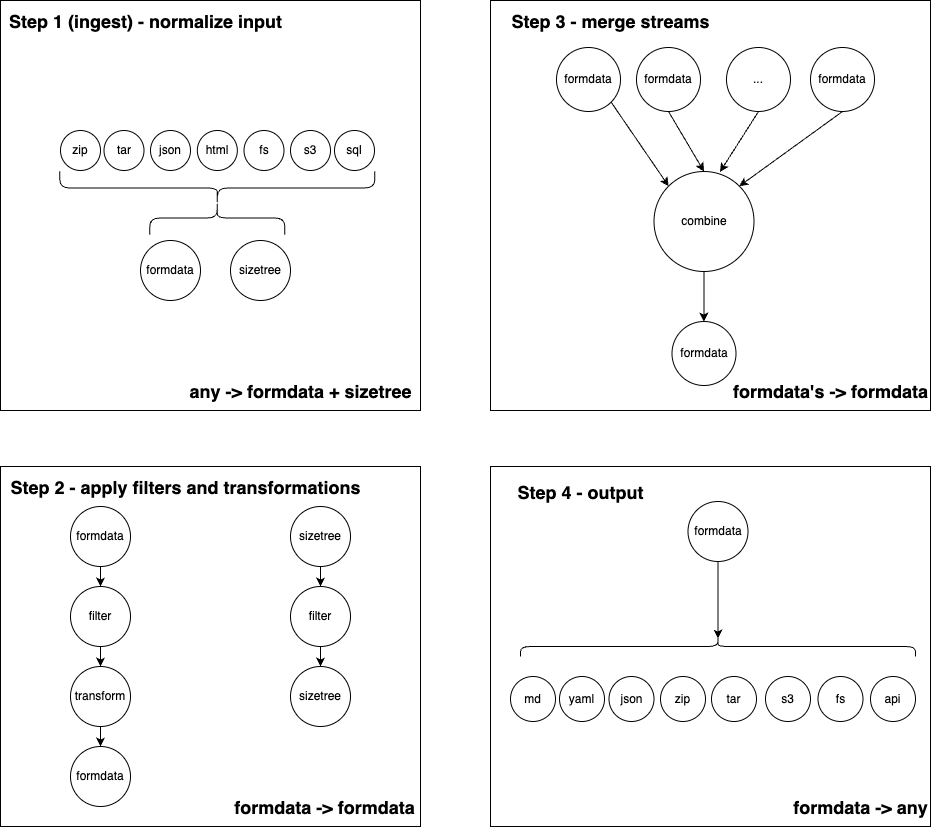
Above: process-formdata.drawio.png in janwilmake/uit (draw.io), before the change. Source tidied: cells renumbered, new cells last; positions are measured from the earlier drawing's top-left corner, leaving out a move shared by most shapes.
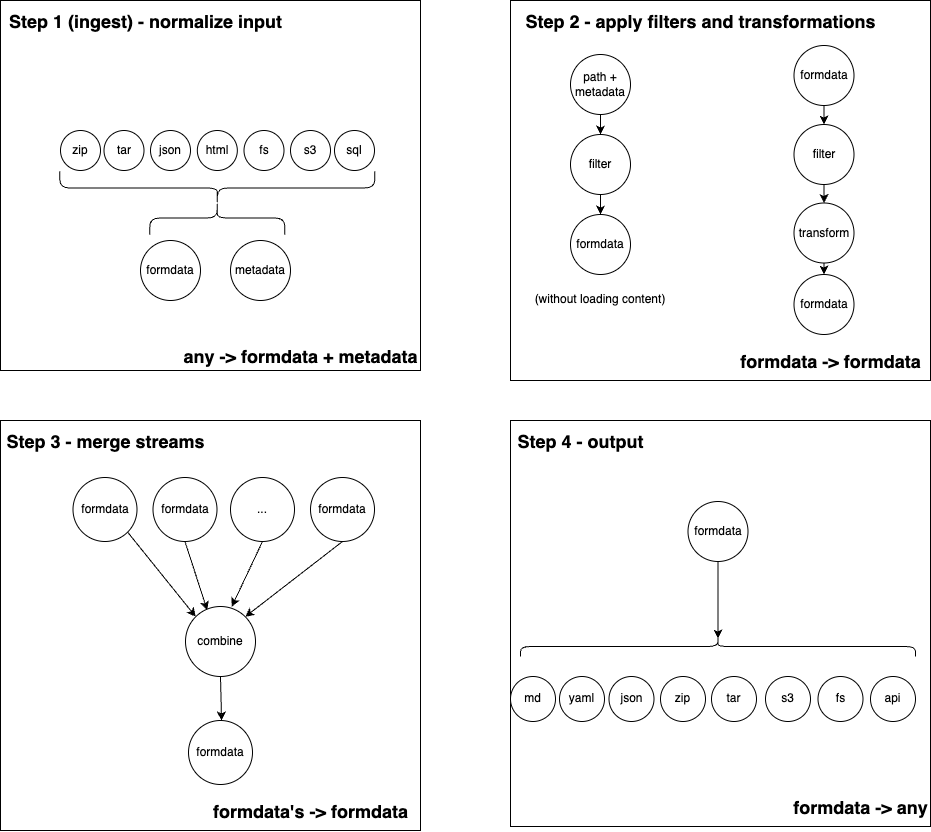
After the commit.

Diff of the diagram source:
```diff
@@ -3,16 +3,16 @@
     <mxCell id="0" />
     <mxCell id="1" parent="0" />
     <mxCell id="2" style="rounded=0;whiteSpace=wrap;html=1;" parent="1" vertex="1">
-      <mxGeometry x="490" width="440" height="410" as="geometry" />
+      <mxGeometry y="420" width="420" height="410" as="geometry" />
     </mxCell>
     <mxCell id="3" style="rounded=0;whiteSpace=wrap;html=1;" parent="1" vertex="1">
-      <mxGeometry x="490" y="466" width="440" height="360" as="geometry" />
+      <mxGeometry x="510" y="420" width="420" height="406" as="geometry" />
     </mxCell>
     <mxCell id="4" style="rounded=0;whiteSpace=wrap;html=1;" parent="1" vertex="1">
-      <mxGeometry y="466" width="420" height="360" as="geometry" />
+      <mxGeometry x="510" width="420" height="380" as="geometry" />
     </mxCell>
     <mxCell id="5" style="rounded=0;whiteSpace=wrap;html=1;" parent="1" vertex="1">
-      <mxGeometry width="420" height="410" as="geometry" />
+      <mxGeometry width="420" height="370" as="geometry" />
     </mxCell>
     <mxCell id="6" value="s3" style="ellipse;whiteSpace=wrap;html=1;" parent="1" vertex="1">
       <mxGeometry x="290" y="130" width="40" height="40" as="geometry" />
@@ -32,7 +32,7 @@
     <mxCell id="11" value="formdata" style="ellipse;whiteSpace=wrap;html=1;" parent="1" vertex="1">
       <mxGeometry x="140" y="240" width="60" height="60" as="geometry" />
     </mxCell>
-    <mxCell id="12" value="sizetree" style="ellipse;whiteSpace=wrap;html=1;" parent="1" vertex="1">
+    <mxCell id="12" value="metadata" style="ellipse;whiteSpace=wrap;html=1;" parent="1" vertex="1">
       <mxGeometry x="230" y="240" width="60" height="60" as="geometry" />
     </mxCell>
     <mxCell id="13" style="shape=curlyBracket;whiteSpace=wrap;html=1;rounded=1;flipH=1;labelPosition=right;verticalLabelPosition=middle;align=left;verticalAlign=middle;rotation=90;" parent="1" vertex="1">
@@ -48,89 +48,86 @@
       <mxGeometry relative="1" as="geometry" />
     </mxCell>
     <mxCell id="17" value="formdata" style="ellipse;whiteSpace=wrap;html=1;" parent="1" vertex="1">
-      <mxGeometry x="70" y="506" width="60" height="60" as="geometry" />
+      <mxGeometry x="793.5" y="45" width="60" height="60" as="geometry" />
     </mxCell>
     <mxCell id="18" style="edgeStyle=none;html=1;exitX=0.5;exitY=1;exitDx=0;exitDy=0;entryX=0.5;entryY=0;entryDx=0;entryDy=0;" parent="1" edge="1" source="19" target="21">
       <mxGeometry relative="1" as="geometry" />
     </mxCell>
     <mxCell id="19" value="filter" style="ellipse;whiteSpace=wrap;html=1;" parent="1" vertex="1">
-      <mxGeometry x="70" y="586" width="60" height="60" as="geometry" />
+      <mxGeometry x="793.5" y="124" width="60" height="60" as="geometry" />
     </mxCell>
     <mxCell id="20" style="edgeStyle=none;html=1;exitX=0.5;exitY=1;exitDx=0;exitDy=0;entryX=0.5;entryY=0;entryDx=0;entryDy=0;" parent="1" edge="1" source="21" target="22">
       <mxGeometry relative="1" as="geometry" />
     </mxCell>
     <mxCell id="21" value="transform" style="ellipse;whiteSpace=wrap;html=1;" parent="1" vertex="1">
-      <mxGeometry x="70" y="666" width="60" height="60" as="geometry" />
+      <mxGeometry x="793.5" y="202.5" width="60" height="60" as="geometry" />
     </mxCell>
     <mxCell id="22" value="formdata" style="ellipse;whiteSpace=wrap;html=1;" parent="1" vertex="1">
-      <mxGeometry x="70" y="746" width="60" height="60" as="geometry" />
+      <mxGeometry x="793.5" y="274" width="60" height="60" as="geometry" />
     </mxCell>
     <mxCell id="23" style="edgeStyle=none;html=1;exitX=0.5;exitY=1;exitDx=0;exitDy=0;entryX=0.5;entryY=0;entryDx=0;entryDy=0;" parent="1" edge="1" source="24" target="26">
       <mxGeometry relative="1" as="geometry" />
     </mxCell>
-    <mxCell id="24" value="sizetree" style="ellipse;whiteSpace=wrap;html=1;" parent="1" vertex="1">
-      <mxGeometry x="290" y="506" width="60" height="60" as="geometry" />
+    <mxCell id="24" value="path + metadata" style="ellipse;whiteSpace=wrap;html=1;" parent="1" vertex="1">
+      <mxGeometry x="570" y="54" width="60" height="60" as="geometry" />
     </mxCell>
     <mxCell id="25" style="edgeStyle=none;html=1;exitX=0.5;exitY=1;exitDx=0;exitDy=0;entryX=0.5;entryY=0;entryDx=0;entryDy=0;" parent="1" edge="1" source="26">
       <mxGeometry relative="1" as="geometry">
-        <mxPoint x="320" y="666" as="targetPoint" />
+        <mxPoint x="600" y="214" as="targetPoint" />
       </mxGeometry>
     </mxCell>
     <mxCell id="26" value="filter" style="ellipse;whiteSpace=wrap;html=1;" parent="1" vertex="1">
-      <mxGeometry x="290" y="586" width="60" height="60" as="geometry" />
+      <mxGeometry x="570" y="134" width="60" height="60" as="geometry" />
     </mxCell>
-    <mxCell id="27" value="sizetree" style="ellipse;whiteSpace=wrap;html=1;" parent="1" vertex="1">
-      <mxGeometry x="290" y="666" width="60" height="60" as="geometry" />
+    <mxCell id="27" value="formdata" style="ellipse;whiteSpace=wrap;html=1;" parent="1" vertex="1">
+      <mxGeometry x="570" y="214" width="60" height="60" as="geometry" />
     </mxCell>
     <mxCell id="28" value="&lt;font style=&quot;font-size: 18px;&quot;&gt;Step 2 - apply filters and transformations&lt;/font&gt;" style="text;strokeColor=none;fillColor=none;html=1;fontSize=24;fontStyle=1;verticalAlign=middle;align=center;" parent="1" vertex="1">
-      <mxGeometry x="50" y="466" width="270" height="40" as="geometry" />
+      <mxGeometry x="510" width="380" height="40" as="geometry" />
     </mxCell>
-    <mxCell id="29" value="&lt;font style=&quot;font-size: 18px;&quot;&gt;any -&amp;gt; formdata + sizetree&lt;/font&gt;" style="text;strokeColor=none;fillColor=none;html=1;fontSize=24;fontStyle=1;verticalAlign=middle;align=center;" parent="1" vertex="1">
-      <mxGeometry x="250" y="380" width="100" height="20" as="geometry" />
+    <mxCell id="29" value="&lt;font style=&quot;font-size: 18px;&quot;&gt;any -&amp;gt; formdata + metadata&lt;/font&gt;" style="text;strokeColor=none;fillColor=none;html=1;fontSize=24;fontStyle=1;verticalAlign=middle;align=center;" parent="1" vertex="1">
+      <mxGeometry x="250" y="330" width="100" height="50" as="geometry" />
     </mxCell>
     <mxCell id="30" value="&lt;font style=&quot;font-size: 18px;&quot;&gt;formdata -&amp;gt; formdata&lt;/font&gt;" style="text;strokeColor=none;fillColor=none;html=1;fontSize=24;fontStyle=1;verticalAlign=middle;align=center;" parent="1" vertex="1">
-      <mxGeometry x="274" y="786" width="100" height="40" as="geometry" />
+      <mxGeometry x="780" y="340" width="100" height="40" as="geometry" />
     </mxCell>
     <mxCell id="31" style="edgeStyle=none;html=1;exitX=1;exitY=1;exitDx=0;exitDy=0;entryX=0;entryY=0;entryDx=0;entryDy=0;" parent="1" edge="1" source="32" target="39">
       <mxGeometry relative="1" as="geometry" />
     </mxCell>
     <mxCell id="32" value="formdata" style="ellipse;whiteSpace=wrap;html=1;" parent="1" vertex="1">
-      <mxGeometry x="556" y="47" width="64" height="64" as="geometry" />
+      <mxGeometry x="72.5" y="477" width="64" height="64" as="geometry" />
     </mxCell>
-    <mxCell id="33" style="edgeStyle=none;html=1;exitX=0.5;exitY=1;exitDx=0;exitDy=0;entryX=0.5;entryY=0;entryDx=0;entryDy=0;" parent="1" edge="1" source="34" target="39">
+    <mxCell id="33" style="edgeStyle=none;html=1;exitX=0.5;exitY=1;exitDx=0;exitDy=0;entryX=0.31;entryY=0.053;entryDx=0;entryDy=0;entryPerimeter=0;" parent="1" edge="1" source="34" target="39">
       <mxGeometry relative="1" as="geometry" />
     </mxCell>
     <mxCell id="34" value="formdata" style="ellipse;whiteSpace=wrap;html=1;" parent="1" vertex="1">
-      <mxGeometry x="636" y="47" width="64" height="64" as="geometry" />
+      <mxGeometry x="152.5" y="477" width="64" height="64" as="geometry" />
     </mxCell>
     <mxCell id="35" value="..." style="ellipse;whiteSpace=wrap;html=1;" parent="1" vertex="1">
-      <mxGeometry x="726" y="47" width="64" height="64" as="geometry" />
+      <mxGeometry x="230" y="477" width="64" height="64" as="geometry" />
     </mxCell>
     <mxCell id="36" style="edgeStyle=none;html=1;exitX=0.5;exitY=1;exitDx=0;exitDy=0;entryX=1;entryY=0;entryDx=0;entryDy=0;" parent="1" edge="1" source="37" target="39">
       <mxGeometry relative="1" as="geometry" />
     </mxCell>
     <mxCell id="37" value="formdata" style="ellipse;whiteSpace=wrap;html=1;" parent="1" vertex="1">
-      <mxGeometry x="810" y="47" width="64" height="64" as="geometry" />
+      <mxGeometry x="310" y="477" width="64" height="64" as="geometry" />
     </mxCell>
-    <mxCell id="38" style="edgeStyle=none;html=1;exitX=0.5;exitY=1;exitDx=0;exitDy=0;" parent="1" edge="1" source="39">
+    <mxCell id="38" style="edgeStyle=none;html=1;exitX=0.5;exitY=1;exitDx=0;exitDy=0;" parent="1" edge="1" source="41">
       <mxGeometry relative="1" as="geometry">
-        <mxPoint x="703.4" y="321" as="targetPoint" />
+        <mxPoint x="219.9" y="751" as="targetPoint" />
       </mxGeometry>
     </mxCell>
     <mxCell id="39" value="combine" style="ellipse;whiteSpace=wrap;html=1;" parent="1" vertex="1">
-      <mxGeometry x="653.5" y="171" width="100" height="100" as="geometry" />
+      <mxGeometry x="185" y="606" width="70" height="70" as="geometry" />
     </mxCell>
     <mxCell id="40" style="edgeStyle=none;html=1;exitX=0.5;exitY=1;exitDx=0;exitDy=0;entryX=0.66;entryY=0.004;entryDx=0;entryDy=0;entryPerimeter=0;" parent="1" edge="1" source="35" target="39">
       <mxGeometry relative="1" as="geometry" />
     </mxCell>
-    <mxCell id="41" value="formdata" style="ellipse;whiteSpace=wrap;html=1;" parent="1" vertex="1">
-      <mxGeometry x="671.5" y="321" width="64" height="64" as="geometry" />
-    </mxCell>
     <mxCell id="42" value="&lt;font style=&quot;font-size: 18px;&quot;&gt;Step 3 - merge streams&lt;/font&gt;" style="text;strokeColor=none;fillColor=none;html=1;fontSize=24;fontStyle=1;verticalAlign=middle;align=center;" parent="1" vertex="1">
-      <mxGeometry x="490" width="240" height="40" as="geometry" />
+      <mxGeometry y="420" width="210" height="40" as="geometry" />
     </mxCell>
     <mxCell id="43" value="&lt;font style=&quot;font-size: 18px;&quot;&gt;formdata's -&amp;gt; formdata&lt;/font&gt;" style="text;strokeColor=none;fillColor=none;html=1;fontSize=24;fontStyle=1;verticalAlign=middle;align=center;" parent="1" vertex="1">
-      <mxGeometry x="780" y="370" width="100" height="40" as="geometry" />
+      <mxGeometry x="260" y="790" width="100" height="40" as="geometry" />
     </mxCell>
     <mxCell id="44" style="edgeStyle=none;html=1;exitX=0.5;exitY=1;exitDx=0;exitDy=0;entryX=0.1;entryY=0.5;entryDx=0;entryDy=0;entryPerimeter=0;" parent="1" edge="1" source="45" target="53">
       <mxGeometry relative="1" as="geometry" />
@@ -166,7 +163,7 @@
       <mxGeometry x="870" y="676" width="45" height="45" as="geometry" />
     </mxCell>
     <mxCell id="55" value="&lt;font style=&quot;font-size: 18px;&quot;&gt;Step 4 - output&lt;/font&gt;" style="text;strokeColor=none;fillColor=none;html=1;fontSize=24;fontStyle=1;verticalAlign=middle;align=center;" parent="1" vertex="1">
-      <mxGeometry x="530" y="471" width="100" height="40" as="geometry" />
+      <mxGeometry x="530" y="420" width="100" height="40" as="geometry" />
     </mxCell>
     <mxCell id="56" value="&lt;font style=&quot;font-size: 18px;&quot;&gt;formdata -&amp;gt; any&lt;/font&gt;" style="text;strokeColor=none;fillColor=none;html=1;fontSize=24;fontStyle=1;verticalAlign=middle;align=center;" parent="1" vertex="1">
       <mxGeometry x="810" y="790" width="100" height="31" as="geometry" />
@@ -177,5 +174,14 @@
     <mxCell id="58" value="sql" style="ellipse;whiteSpace=wrap;html=1;" parent="1" vertex="1">
       <mxGeometry x="334" y="130" width="40" height="40" as="geometry" />
     </mxCell>
+    <mxCell id="59" value="(without loading content)" style="text;html=1;align=center;verticalAlign=middle;whiteSpace=wrap;rounded=0;" parent="1" vertex="1">
+      <mxGeometry x="525" y="284" width="150" height="30" as="geometry" />
+    </mxCell>
+    <mxCell id="60" style="edgeStyle=none;html=1;exitX=0.5;exitY=1;exitDx=0;exitDy=0;" parent="1" edge="1" source="39" target="41">
+      <mxGeometry relative="1" as="geometry" />
+    </mxCell>
+    <mxCell id="41" value="formdata" style="ellipse;whiteSpace=wrap;html=1;" parent="1" vertex="1">
+      <mxGeometry x="188" y="720" width="64" height="64" as="geometry" />
+    </mxCell>
   </root>
 </mxGraphModel>
```
